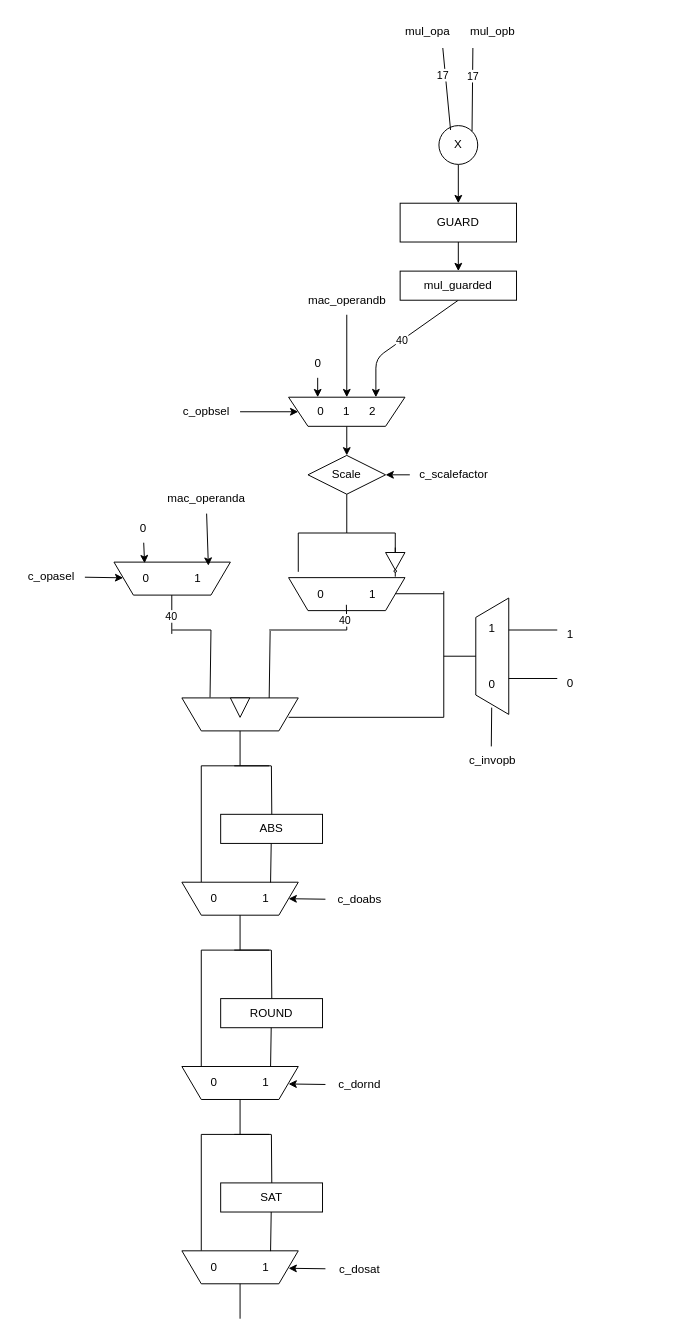
Above: lab2-3/mac_db.drawio in mattemario1/TSEA26-Design_of_Embedded_DSP_Processors-Labs (draw.io), before the change. Source tidied: cells renumbered, new cells numbered last; positions are measured from the earlier drawing's top-left corner, leaving out a move shared by most shapes. Both pictures are drawn from the tidied source at 97%, with x=0, y=0 at pixel (16, 16).
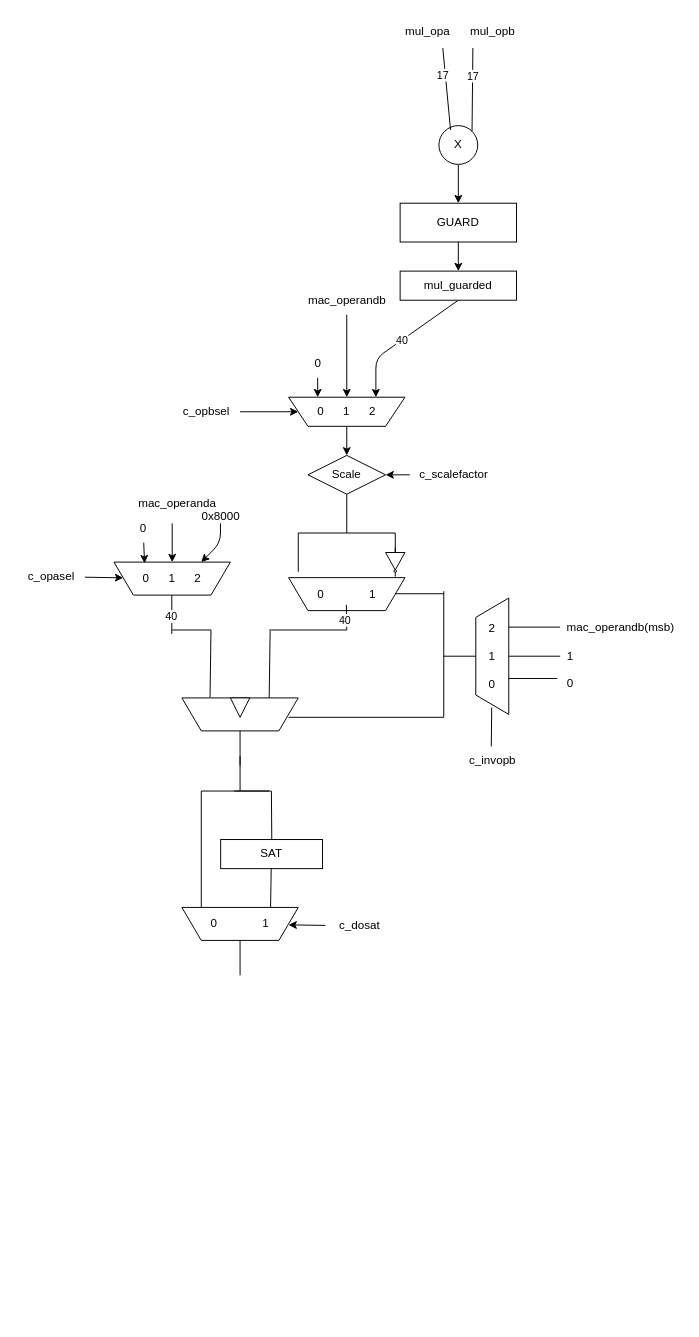
The same page after the edit.

Commit message:
Changed block diagram to use less components

The edit, as a diff of the source:
```diff
@@
-    <mxCell id="37" value="0&lt;span style=&quot;white-space: pre;&quot;&gt;&#9;&lt;/span&gt;&lt;span style=&quot;white-space: pre;&quot;&gt;&#9;&lt;/span&gt;1" style="shape=trapezoid;perimeter=trapezoidPerimeter;whiteSpace=wrap;html=1;fixedSize=1;direction=west;" parent="1" vertex="1">
+    <mxCell id="37" value="0&lt;span style=&quot;white-space: pre;&quot;&gt;&#9;&lt;/span&gt;1&lt;span style=&quot;white-space: pre;&quot;&gt;&#9;&lt;/span&gt;2" style="shape=trapezoid;perimeter=trapezoidPerimeter;whiteSpace=wrap;html=1;fixedSize=1;direction=west;" parent="1" vertex="1">
       <mxGeometry x="100" y="562" width="120" height="34" as="geometry" />
     </mxCell>
     <mxCell id="38" value="mac_operanda" style="text;html=1;align=center;verticalAlign=middle;points=[];strokeColor=none;fillColor=none;" parent="1" vertex="1">
-      <mxGeometry x="145" y="482" width="100" height="30" as="geometry" />
+      <mxGeometry x="115" y="487" width="100" height="30" as="geometry" />
     </mxCell>
-    <mxCell id="39" style="edgeStyle=none;html=1;entryX=0.189;entryY=0.892;entryDx=0;entryDy=0;entryPerimeter=0;" parent="1" edge="1" source="38" target="37">
-      <mxGeometry relative="1" as="geometry" />
+    <mxCell id="39" style="edgeStyle=none;html=1;entryX=0.5;entryY=1;entryDx=0;entryDy=0;" parent="1" edge="1" target="37">
+      <mxGeometry relative="1" as="geometry">
+        <mxPoint x="160" y="522" as="sourcePoint" />
+      </mxGeometry>
     </mxCell>
@@
-    <mxCell id="53" style="endArrow=none;html=1;" parent="1" edge="1">
-      <mxGeometry relative="1" as="geometry">
-        <mxPoint x="230" y="772" as="sourcePoint" />
-        <mxPoint x="190" y="772" as="targetPoint" />
-      </mxGeometry>
-    </mxCell>
-    <mxCell id="54" style="endArrow=none;html=1;" parent="1" edge="1">
-      <mxGeometry relative="1" as="geometry">
-        <mxPoint x="260" y="772" as="sourcePoint" />
-        <mxPoint x="224" y="772" as="targetPoint" />
-      </mxGeometry>
-    </mxCell>
-    <mxCell id="55" style="endArrow=none;html=1;entryX=0.5;entryY=0;entryDx=0;entryDy=0;" parent="1" edge="1">
-      <mxGeometry relative="1" as="geometry">
-        <mxPoint x="190" y="892" as="sourcePoint" />
-        <mxPoint x="190" y="772" as="targetPoint" />
-      </mxGeometry>
-    </mxCell>
-    <mxCell id="56" value="ABS" style="rounded=0;whiteSpace=wrap;html=1;" parent="1" vertex="1">
-      <mxGeometry x="210" y="822" width="105" height="30" as="geometry" />
-    </mxCell>
-    <mxCell id="57" style="endArrow=none;html=1;entryX=0.5;entryY=0;entryDx=0;entryDy=0;exitX=0.5;exitY=0;exitDx=0;exitDy=0;" parent="1" edge="1">
-      <mxGeometry relative="1" as="geometry">
-        <mxPoint x="262.7" y="822" as="sourcePoint" />
-        <mxPoint x="262.3" y="772" as="targetPoint" />
-      </mxGeometry>
-    </mxCell>
-    <mxCell id="58" style="endArrow=none;html=1;endSize=6;targetPerimeterSpacing=0;" parent="1" edge="1">
-      <mxGeometry relative="1" as="geometry">
-        <mxPoint x="262" y="772" as="sourcePoint" />
-        <mxPoint x="230" y="772" as="targetPoint" />
-      </mxGeometry>
-    </mxCell>
-    <mxCell id="59" value="0&lt;span style=&quot;white-space: pre;&quot;&gt;&#9;&lt;/span&gt;&lt;span style=&quot;white-space: pre;&quot;&gt;&#9;&lt;/span&gt;1" style="shape=trapezoid;perimeter=trapezoidPerimeter;whiteSpace=wrap;html=1;fixedSize=1;direction=west;" parent="1" vertex="1">
-      <mxGeometry x="170" y="892" width="120" height="34" as="geometry" />
-    </mxCell>
-    <mxCell id="60" style="endArrow=none;html=1;entryX=0.5;entryY=0;entryDx=0;entryDy=0;exitX=0.238;exitY=0.99;exitDx=0;exitDy=0;exitPerimeter=0;" parent="1" edge="1" source="59">
-      <mxGeometry relative="1" as="geometry">
-        <mxPoint x="262.1" y="852" as="targetPoint" />
-      </mxGeometry>
-    </mxCell>
-    <mxCell id="61" style="endArrow=none;html=1;entryX=0.5;entryY=0;entryDx=0;entryDy=0;" parent="1" edge="1">
-      <mxGeometry relative="1" as="geometry">
-        <mxPoint x="230" y="962" as="sourcePoint" />
-        <mxPoint x="230" y="926" as="targetPoint" />
-      </mxGeometry>
-    </mxCell>
-    <mxCell id="62" style="endArrow=none;html=1;" parent="1" edge="1">
-      <mxGeometry relative="1" as="geometry">
-        <mxPoint x="230" y="962" as="sourcePoint" />
-        <mxPoint x="190" y="962" as="targetPoint" />
-      </mxGeometry>
-    </mxCell>
-    <mxCell id="63" style="endArrow=none;html=1;" parent="1" edge="1">
-      <mxGeometry relative="1" as="geometry">
-        <mxPoint x="260" y="962" as="sourcePoint" />
-        <mxPoint x="224" y="962" as="targetPoint" />
-      </mxGeometry>
-    </mxCell>
-    <mxCell id="64" style="endArrow=none;html=1;entryX=0.5;entryY=0;entryDx=0;entryDy=0;" parent="1" edge="1">
-      <mxGeometry relative="1" as="geometry">
-        <mxPoint x="190" y="1082" as="sourcePoint" />
-        <mxPoint x="190" y="962" as="targetPoint" />
-      </mxGeometry>
-    </mxCell>
-    <mxCell id="65" value="ROUND" style="rounded=0;whiteSpace=wrap;html=1;" parent="1" vertex="1">
-      <mxGeometry x="210" y="1012" width="105" height="30" as="geometry" />
-    </mxCell>
-    <mxCell id="66" style="endArrow=none;html=1;entryX=0.5;entryY=0;entryDx=0;entryDy=0;exitX=0.5;exitY=0;exitDx=0;exitDy=0;" parent="1" edge="1">
-      <mxGeometry relative="1" as="geometry">
-        <mxPoint x="262.7" y="1012" as="sourcePoint" />
-        <mxPoint x="262.3" y="962" as="targetPoint" />
-      </mxGeometry>
-    </mxCell>
-    <mxCell id="67" style="endArrow=none;html=1;endSize=6;targetPerimeterSpacing=0;" parent="1" edge="1">
-      <mxGeometry relative="1" as="geometry">
-        <mxPoint x="262" y="962" as="sourcePoint" />
-        <mxPoint x="230" y="962" as="targetPoint" />
-      </mxGeometry>
-    </mxCell>
-    <mxCell id="68" value="0&lt;span style=&quot;white-space: pre;&quot;&gt;&#9;&lt;/span&gt;&lt;span style=&quot;white-space: pre;&quot;&gt;&#9;&lt;/span&gt;1" style="shape=trapezoid;perimeter=trapezoidPerimeter;whiteSpace=wrap;html=1;fixedSize=1;direction=west;" parent="1" vertex="1">
-      <mxGeometry x="170" y="1082" width="120" height="34" as="geometry" />
-    </mxCell>
-    <mxCell id="69" style="endArrow=none;html=1;entryX=0.5;entryY=0;entryDx=0;entryDy=0;exitX=0.238;exitY=0.99;exitDx=0;exitDy=0;exitPerimeter=0;" parent="1" edge="1" source="68">
-      <mxGeometry relative="1" as="geometry">
-        <mxPoint x="262.1" y="1042" as="targetPoint" />
-      </mxGeometry>
-    </mxCell>
     <mxCell id="70" style="endArrow=none;html=1;entryX=0.5;entryY=0;entryDx=0;entryDy=0;" parent="1" edge="1">
       <mxGeometry relative="1" as="geometry">
-        <mxPoint x="230" y="1152" as="sourcePoint" />
-        <mxPoint x="230" y="1116" as="targetPoint" />
+        <mxPoint x="230" y="798" as="sourcePoint" />
+        <mxPoint x="230" y="762" as="targetPoint" />
       </mxGeometry>
     </mxCell>
     <mxCell id="71" style="endArrow=none;html=1;" parent="1" edge="1">
       <mxGeometry relative="1" as="geometry">
-        <mxPoint x="230" y="1152" as="sourcePoint" />
-        <mxPoint x="190" y="1152" as="targetPoint" />
+        <mxPoint x="230" y="798" as="sourcePoint" />
+        <mxPoint x="190" y="798" as="targetPoint" />
       </mxGeometry>
     </mxCell>
     <mxCell id="72" style="endArrow=none;html=1;" parent="1" edge="1">
       <mxGeometry relative="1" as="geometry">
-        <mxPoint x="260" y="1152" as="sourcePoint" />
-        <mxPoint x="224" y="1152" as="targetPoint" />
+        <mxPoint x="260" y="798" as="sourcePoint" />
+        <mxPoint x="224" y="798" as="targetPoint" />
       </mxGeometry>
     </mxCell>
     <mxCell id="73" style="endArrow=none;html=1;entryX=0.5;entryY=0;entryDx=0;entryDy=0;" parent="1" edge="1">
       <mxGeometry relative="1" as="geometry">
-        <mxPoint x="190" y="1272" as="sourcePoint" />
-        <mxPoint x="190" y="1152" as="targetPoint" />
+        <mxPoint x="190" y="918" as="sourcePoint" />
+        <mxPoint x="190" y="798" as="targetPoint" />
       </mxGeometry>
     </mxCell>
     <mxCell id="74" value="SAT" style="rounded=0;whiteSpace=wrap;html=1;" parent="1" vertex="1">
-      <mxGeometry x="210" y="1202" width="105" height="30" as="geometry" />
+      <mxGeometry x="210" y="848" width="105" height="30" as="geometry" />
     </mxCell>
     <mxCell id="75" style="endArrow=none;html=1;entryX=0.5;entryY=0;entryDx=0;entryDy=0;exitX=0.5;exitY=0;exitDx=0;exitDy=0;" parent="1" edge="1">
       <mxGeometry relative="1" as="geometry">
-        <mxPoint x="262.7" y="1202" as="sourcePoint" />
-        <mxPoint x="262.3" y="1152" as="targetPoint" />
+        <mxPoint x="262.7" y="848" as="sourcePoint" />
+        <mxPoint x="262.3" y="798" as="targetPoint" />
       </mxGeometry>
     </mxCell>
     <mxCell id="76" style="endArrow=none;html=1;endSize=6;targetPerimeterSpacing=0;" parent="1" edge="1">
       <mxGeometry relative="1" as="geometry">
-        <mxPoint x="262" y="1152" as="sourcePoint" />
-        <mxPoint x="230" y="1152" as="targetPoint" />
+        <mxPoint x="262" y="798" as="sourcePoint" />
+        <mxPoint x="230" y="798" as="targetPoint" />
       </mxGeometry>
     </mxCell>
     <mxCell id="77" value="0&lt;span style=&quot;white-space: pre;&quot;&gt;&#9;&lt;/span&gt;&lt;span style=&quot;white-space: pre;&quot;&gt;&#9;&lt;/span&gt;1" style="shape=trapezoid;perimeter=trapezoidPerimeter;whiteSpace=wrap;html=1;fixedSize=1;direction=west;" parent="1" vertex="1">
-      <mxGeometry x="170" y="1272" width="120" height="34" as="geometry" />
+      <mxGeometry x="170" y="918" width="120" height="34" as="geometry" />
     </mxCell>
     <mxCell id="78" style="endArrow=none;html=1;entryX=0.5;entryY=0;entryDx=0;entryDy=0;exitX=0.238;exitY=0.99;exitDx=0;exitDy=0;exitPerimeter=0;" parent="1" edge="1" source="77">
       <mxGeometry relative="1" as="geometry">
-        <mxPoint x="262.1" y="1232" as="targetPoint" />
+        <mxPoint x="262.1" y="878" as="targetPoint" />
       </mxGeometry>
     </mxCell>
-    <mxCell id="79" style="edgeStyle=none;html=1;entryX=0;entryY=0.5;entryDx=0;entryDy=0;" parent="1" edge="1" source="80" target="59">
-      <mxGeometry relative="1" as="geometry" />
-    </mxCell>
-    <mxCell id="80" value="c_doabs" style="text;html=1;align=center;verticalAlign=middle;points=[];strokeColor=none;fillColor=none;" parent="1" vertex="1">
-      <mxGeometry x="318" y="895" width="70" height="30" as="geometry" />
-    </mxCell>
-    <mxCell id="81" style="edgeStyle=none;html=1;entryX=0;entryY=0.5;entryDx=0;entryDy=0;" parent="1" edge="1" source="82">
-      <mxGeometry relative="1" as="geometry">
-        <mxPoint x="280" y="1100" as="targetPoint" />
-      </mxGeometry>
-    </mxCell>
-    <mxCell id="82" value="c_dornd" style="text;html=1;align=center;verticalAlign=middle;points=[];strokeColor=none;fillColor=none;" parent="1" vertex="1">
-      <mxGeometry x="318" y="1086" width="70" height="30" as="geometry" />
-    </mxCell>
     <mxCell id="83" style="edgeStyle=none;html=1;entryX=0;entryY=0.5;entryDx=0;entryDy=0;" parent="1" edge="1" source="84">
       <mxGeometry relative="1" as="geometry">
-        <mxPoint x="280" y="1290" as="targetPoint" />
+        <mxPoint x="280" y="936" as="targetPoint" />
       </mxGeometry>
     </mxCell>
     <mxCell id="84" value="c_dosat" style="text;html=1;align=center;verticalAlign=middle;points=[];strokeColor=none;fillColor=none;" parent="1" vertex="1">
-      <mxGeometry x="318" y="1276" width="70" height="30" as="geometry" />
+      <mxGeometry x="318" y="922" width="70" height="30" as="geometry" />
     </mxCell>
     <mxCell id="85" style="endArrow=none;html=1;entryX=0.5;entryY=0;entryDx=0;entryDy=0;" parent="1" edge="1">
       <mxGeometry relative="1" as="geometry">
-        <mxPoint x="230" y="1342" as="sourcePoint" />
-        <mxPoint x="230" y="1306" as="targetPoint" />
+        <mxPoint x="230" y="988" as="sourcePoint" />
+        <mxPoint x="230" y="952" as="targetPoint" />
       </mxGeometry>
     </mxCell>
-    <mxCell id="86" value="1&lt;div&gt;&lt;br&gt;&lt;/div&gt;&lt;div&gt;&lt;br&gt;&lt;/div&gt;&lt;div&gt;&lt;br&gt;&lt;/div&gt;&lt;div&gt;0&lt;/div&gt;" style="shape=trapezoid;perimeter=trapezoidPerimeter;whiteSpace=wrap;html=1;fixedSize=1;direction=north;rotation=0;" parent="1" vertex="1">
+    <mxCell id="86" value="&lt;div&gt;2&lt;/div&gt;&lt;div&gt;&lt;br&gt;&lt;/div&gt;1&lt;div&gt;&lt;br&gt;&lt;/div&gt;&lt;div&gt;0&lt;/div&gt;" style="shape=trapezoid;perimeter=trapezoidPerimeter;whiteSpace=wrap;html=1;fixedSize=1;direction=north;rotation=0;" parent="1" vertex="1">
       <mxGeometry x="473" y="599" width="34" height="120" as="geometry" />
     </mxCell>
-    <mxCell id="87" style="endArrow=none;html=1;" parent="1" edge="1">
+    <mxCell id="87" style="endArrow=none;html=1;entryX=0.5;entryY=1;entryDx=0;entryDy=0;" parent="1" edge="1" target="86">
       <mxGeometry relative="1" as="geometry">
-        <mxPoint x="557" y="632" as="sourcePoint" />
-        <mxPoint x="507" y="632" as="targetPoint" />
+        <mxPoint x="560" y="659" as="sourcePoint" />
       </mxGeometry>
     </mxCell>
@@
     <mxCell id="89" value="1" style="text;html=1;align=center;verticalAlign=middle;strokeColor=none;fillColor=none;" parent="1" vertex="1">
-      <mxGeometry x="555" y="622" width="30" height="30" as="geometry" />
+      <mxGeometry x="555" y="644" width="30" height="30" as="geometry" />
     </mxCell>
@@
+    <mxCell id="96" style="edgeStyle=none;html=1;entryX=0.25;entryY=1;entryDx=0;entryDy=0;" parent="1" edge="1" target="37">
+      <mxGeometry relative="1" as="geometry">
+        <mxPoint x="209.8" y="522" as="sourcePoint" />
+        <Array as="points">
+          <mxPoint x="209.8" y="542" />
+        </Array>
+      </mxGeometry>
+    </mxCell>
+    <mxCell id="97" value="0x8000" style="text;html=1;align=center;verticalAlign=middle;strokeColor=none;fillColor=none;" parent="1" vertex="1">
+      <mxGeometry x="180" y="500" width="60" height="30" as="geometry" />
+    </mxCell>
+    <mxCell id="98" style="endArrow=none;html=1;entryX=0.5;entryY=1;entryDx=0;entryDy=0;" parent="1" edge="1">
+      <mxGeometry relative="1" as="geometry">
+        <mxPoint x="560" y="629" as="sourcePoint" />
+        <mxPoint x="507" y="629" as="targetPoint" />
+      </mxGeometry>
+    </mxCell>
+    <mxCell id="99" value="mac_operandb(msb)" style="text;html=1;align=center;verticalAlign=middle;strokeColor=none;fillColor=none;" parent="1" vertex="1">
+      <mxGeometry x="557" y="614" width="130" height="30" as="geometry" />
+    </mxCell>
```
